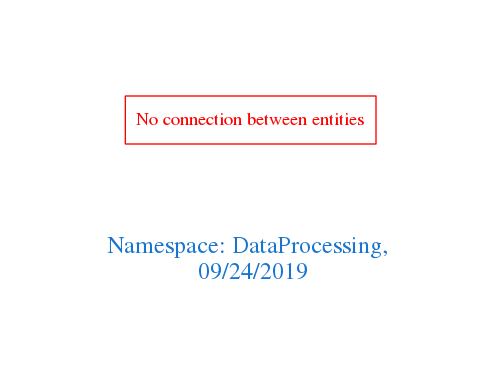
Earlier version of the Graphviz export downloads/DataProcessing.png (arago/OGIT). Its source is kept beside it as downloads/DataProcessing.dot.
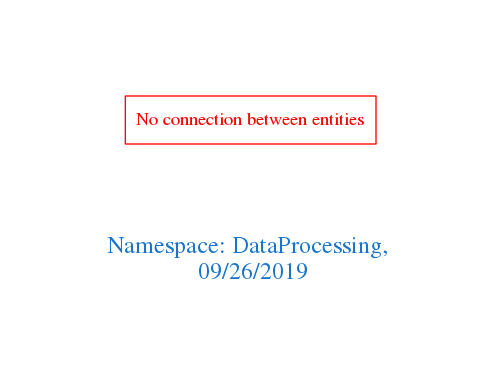
After the change.

Change to the diagram source:
```diff
@@ -1,7 +1,7 @@
 digraph OGIT_ontology {
  graph [ rankdir= LR,pad=1
 fontsize = 18,
-fontcolor= dodgerblue3,label = "\n\n\nNamespace: DataProcessing, \n 09/24/2019"];
+fontcolor= dodgerblue3,label = "\n\n\nNamespace: DataProcessing, \n 09/26/2019"];
 node[shape=polygon];
 edge [  color="gray81"];
 
```
